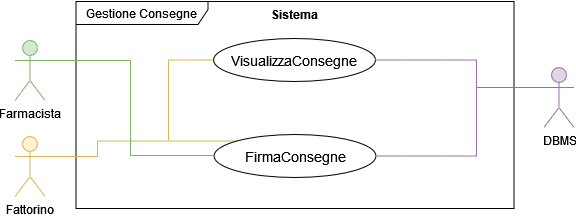
Above: Documentazione aggiornata/Gestione Consegne.png in innovazionebot/Pharmalink (draw.io), before the change. Source tidied: cells renumbered, new cells last; positions are measured from the earlier drawing's top-left corner, leaving out a move shared by most shapes.
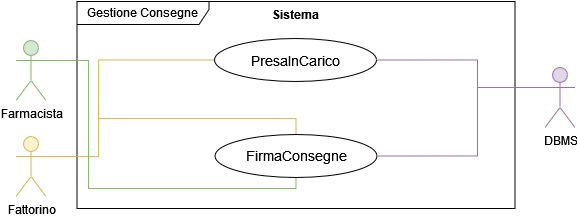
The same file after the commit.

The edit, as a diff of the source:
```diff
@@ -14,26 +14,27 @@
     <mxCell id="5" value="DBMS" style="shape=umlActor;verticalLabelPosition=bottom;verticalAlign=top;html=1;fillColor=#e1d5e7;strokeColor=#9673a6;" parent="1" vertex="1">
       <mxGeometry x="529.5" y="66" width="30" height="60" as="geometry" />
     </mxCell>
-    <mxCell id="6" style="endArrow=none;html=1;rounded=0;edgeStyle=orthogonalEdgeStyle;entryX=1;entryY=0.3333333333333333;entryDx=0;entryDy=0;entryPerimeter=0;fillColor=#fff2cc;strokeColor=#d6b656;exitX=0;exitY=0;exitDx=0;exitDy=0;" parent="1" edge="1" source="8" target="3">
+    <mxCell id="6" style="endArrow=none;html=1;rounded=0;edgeStyle=orthogonalEdgeStyle;entryX=1;entryY=0.3333333333333333;entryDx=0;entryDy=0;entryPerimeter=0;fillColor=#fff2cc;strokeColor=#d6b656;exitX=0.5;exitY=0;exitDx=0;exitDy=0;" parent="1" edge="1" source="8" target="3">
       <mxGeometry relative="1" as="geometry">
         <Array as="points">
-          <mxPoint x="83" y="139" />
+          <mxPoint x="280" y="117" />
+          <mxPoint x="83" y="117" />
           <mxPoint x="83" y="155" />
         </Array>
       </mxGeometry>
     </mxCell>
-    <mxCell id="7" value="VisualizzaConsegne" style="ellipse;whiteSpace=wrap;html=1;fontSize=14;strokeColor=default;verticalAlign=middle;align=center;horizontal=1;labelPosition=center;verticalLabelPosition=middle;" parent="1" vertex="1">
+    <mxCell id="7" value="PresaInCarico" style="ellipse;whiteSpace=wrap;html=1;fontSize=14;strokeColor=default;verticalAlign=middle;align=center;horizontal=1;labelPosition=center;verticalLabelPosition=middle;" parent="1" vertex="1">
       <mxGeometry x="199" y="37" width="162" height="43" as="geometry" />
     </mxCell>
     <mxCell id="8" value="FirmaConsegne" style="ellipse;whiteSpace=wrap;html=1;fontSize=14;strokeColor=default;verticalAlign=middle;align=center;horizontal=1;labelPosition=center;verticalLabelPosition=middle;" parent="1" vertex="1">
       <mxGeometry x="199.5" y="133" width="162" height="43" as="geometry" />
     </mxCell>
-    <mxCell id="9" style="endArrow=none;html=1;rounded=0;edgeStyle=orthogonalEdgeStyle;exitX=1;exitY=0.3333333333333333;exitDx=0;exitDy=0;exitPerimeter=0;fillColor=#d5e8d4;strokeColor=#82b366;" parent="1" edge="1" source="4">
+    <mxCell id="9" style="endArrow=none;html=1;rounded=0;edgeStyle=orthogonalEdgeStyle;exitX=1;exitY=0.3333333333333333;exitDx=0;exitDy=0;exitPerimeter=0;fillColor=#d5e8d4;strokeColor=#82b366;entryX=0.5;entryY=1;entryDx=0;entryDy=0;" parent="1" edge="1" source="4" target="8">
       <mxGeometry relative="1" as="geometry">
-        <mxPoint x="201" y="154" as="targetPoint" />
         <Array as="points">
-          <mxPoint x="116" y="59" />
-          <mxPoint x="116" y="154" />
+          <mxPoint x="73" y="59" />
+          <mxPoint x="73" y="187" />
+          <mxPoint x="280" y="187" />
         </Array>
       </mxGeometry>
     </mxCell>
@@ -58,9 +59,9 @@
     </mxCell>
     <mxCell id="13" style="endArrow=none;html=1;rounded=0;edgeStyle=orthogonalEdgeStyle;entryX=0;entryY=0.5;entryDx=0;entryDy=0;fillColor=#fff2cc;strokeColor=#d6b656;" parent="1" edge="1" target="7">
       <mxGeometry relative="1" as="geometry">
-        <mxPoint x="154" y="139" as="sourcePoint" />
+        <mxPoint x="83" y="117" as="sourcePoint" />
         <Array as="points">
-          <mxPoint x="154" y="58" />
+          <mxPoint x="83" y="59" />
         </Array>
       </mxGeometry>
     </mxCell>
```
